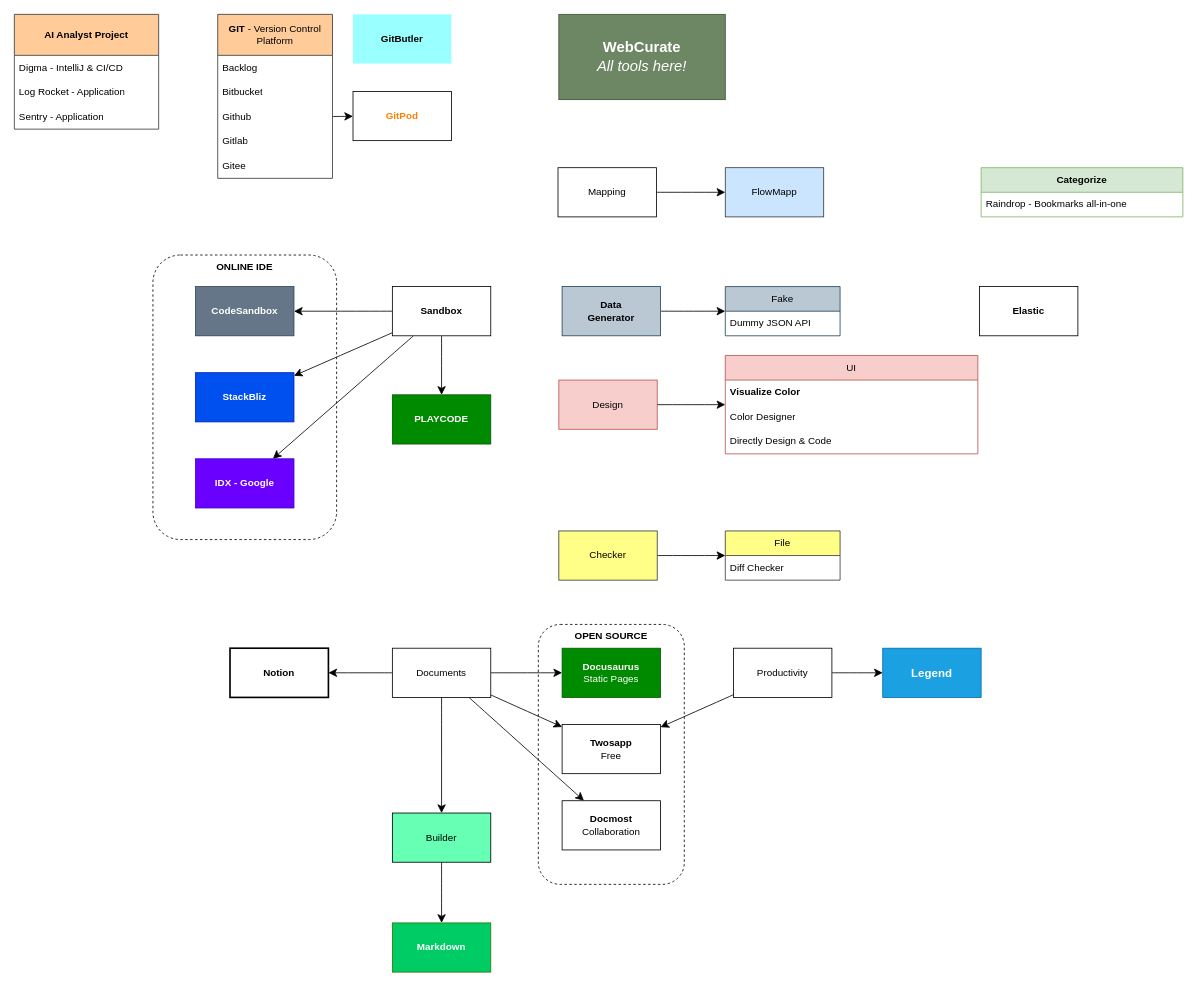
The draw.io diagram page "Tools" (2 of 5) of Link_Bookmarks.drawio in sunflynf/diagram-only, before the edit. Source tidied: cells renumbered, new cells numbered last; positions are measured from the earlier drawing's top-left corner, leaving out a move shared by most shapes. Both pictures are drawn from the tidied source at 82%, with x=0, y=0 at pixel (14, 14).
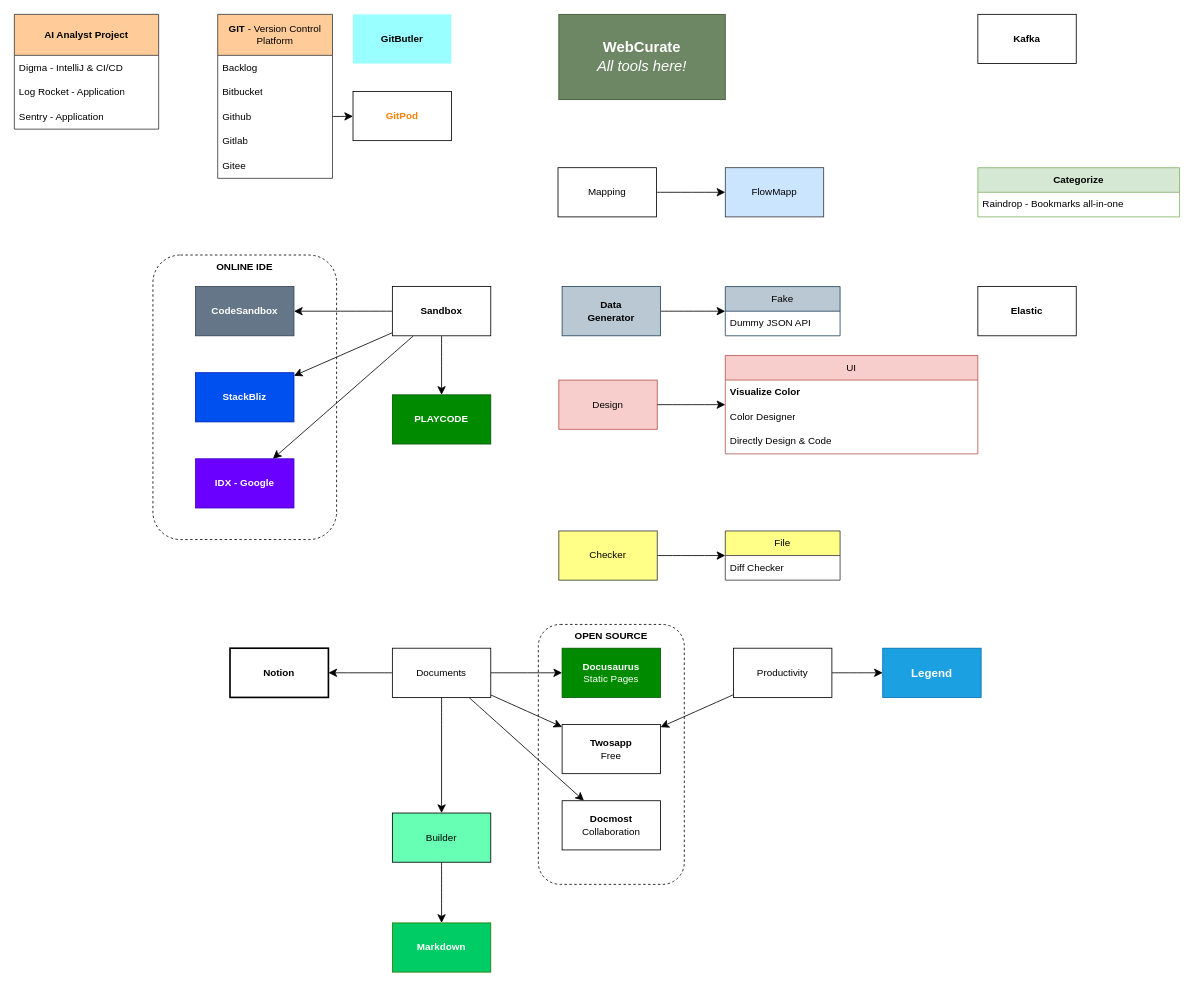
Above is the later version.

Diff of the diagram source:
```diff
@@
     <mxCell id="47" value="Categorize" style="swimlane;fontStyle=1;horizontal=1;startSize=30;whiteSpace=wrap;html=1;fillColor=#d5e8d4;strokeColor=#82b366;" parent="1" vertex="1">
-      <mxGeometry x="1179" y="187" width="246" height="60" as="geometry" />
+      <mxGeometry x="1175" y="187" width="246" height="60" as="geometry" />
     </mxCell>
@@
     <mxCell id="49" value="Elastic" style="whiteSpace=wrap;html=1;fontStyle=1;" parent="1" vertex="1">
-      <mxGeometry x="1177" y="332" width="120" height="60" as="geometry" />
+      <mxGeometry x="1175" y="332" width="120" height="60" as="geometry" />
     </mxCell>
@@
+    <mxCell id="64" value="Kafka" style="whiteSpace=wrap;html=1;fontStyle=1;" parent="1" vertex="1">
+      <mxGeometry x="1175" width="120" height="60" as="geometry" />
+    </mxCell>
```
